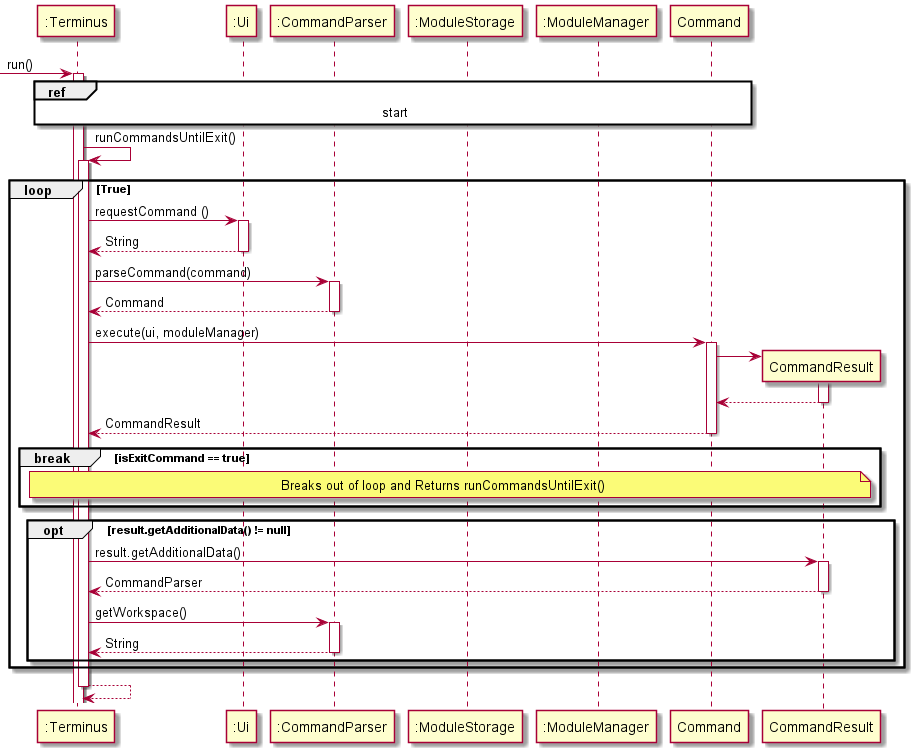
nus-cs2113-AY2122S1/tp keeps this PlantUML diagram as docs/attachments/MainLogic.png. Above is the earlier version. Its diagram source:
```plantuml
@startuml
participant ":Terminus" as Terminus
participant ":Ui" as Ui
participant ":CommandParser" as CommandParser
participant ":ModuleStorage" as ModuleStorage
participant ":ModuleManager" as ModuleManager

autoactivate on

-> Terminus: run()
  ref over Terminus, Command: start
  Terminus -> Terminus : runCommandsUntilExit()
    loop True
      Terminus -> Ui : requestCommand ()
      return String
      Terminus -> CommandParser: parseCommand(command)
      return Command
      Terminus -> Command : execute(ui, moduleManager)
        create CommandResult
        Command -> CommandResult
        return
     return CommandResult
      break isExitCommand == true
      note over Terminus, CommandResult : Breaks out of loop and Returns runCommandsUntilExit()
      end
     opt result.getAdditionalData() != null
      Terminus -> CommandResult: result.getAdditionalData()
      return CommandParser
      Terminus -> CommandParser: getWorkspace()
      return String
     end
    end
  return

@enduml
```
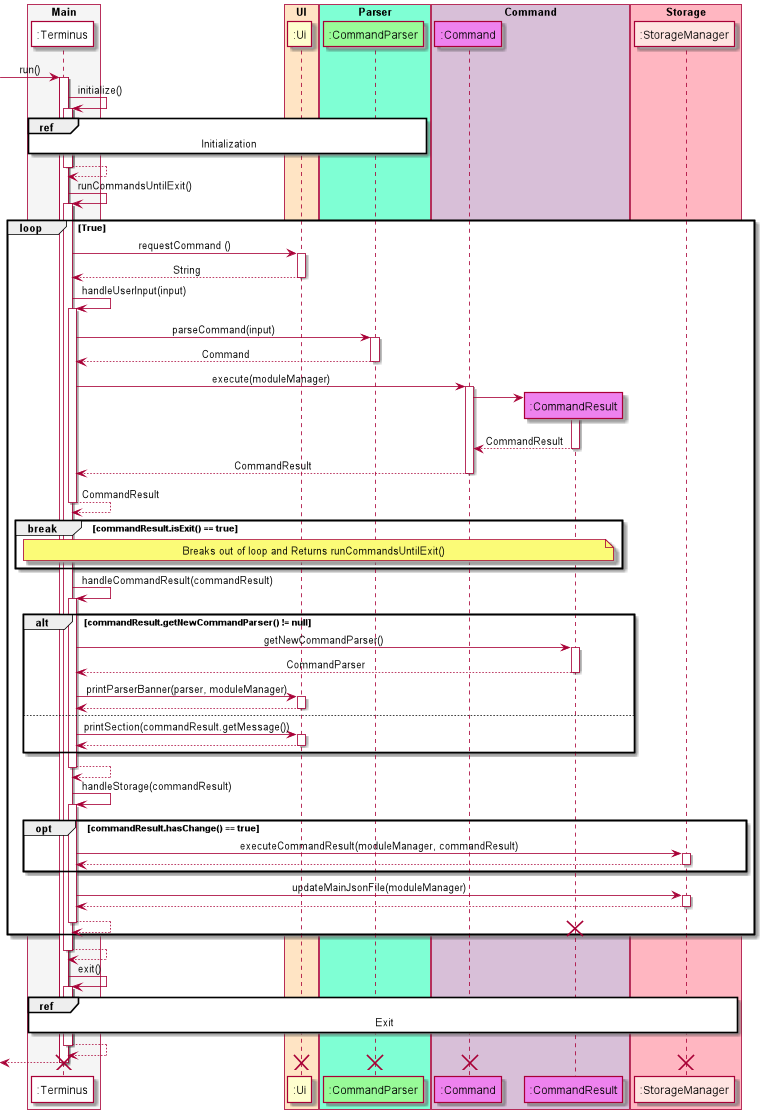
Above is the later version.

The edit, as a diff of the source:
```diff
@@ -1,35 +1,72 @@
 @startuml
-participant ":Terminus" as Terminus
+box "Main" #whitesmoke
+participant ":Terminus" as Terminus #white
+endbox
+box "UI" #bisque
 participant ":Ui" as Ui
-participant ":CommandParser" as CommandParser
-participant ":ModuleStorage" as ModuleStorage
-participant ":ModuleManager" as ModuleManager
-
+endbox
+box "Parser" #aquamarine
+participant ":CommandParser" as CommandParser #palegreen
+endbox
+box "Command" #thistle
+participant ":Command" as Command #violet
+participant ":CommandResult" as CommandResult #violet
+endbox
+box "Storage" #lightpink
+participant ":StorageManager" as StorageManager #mistyrose
+endbox
+skinparam sequenceMessageAlign center
 autoactivate on
 
 -> Terminus: run()
-  ref over Terminus, Command: start
+Terminus -> Terminus: initialize()
+ref over Terminus,CommandParser: Initialization
+return
   Terminus -> Terminus : runCommandsUntilExit()
     loop True
       Terminus -> Ui : requestCommand ()
       return String
-      Terminus -> CommandParser: parseCommand(command)
-      return Command
-      Terminus -> Command : execute(ui, moduleManager)
+      Terminus -> Terminus: handleUserInput(input)
+        Terminus -> CommandParser: parseCommand(input)
+        return Command
+        Terminus -> Command : execute(moduleManager)
         create CommandResult
         Command -> CommandResult
+        return CommandResult
+     return CommandResult
+   return CommandResult
+      break commandResult.isExit() == true
+        note over Terminus, CommandResult : Breaks out of loop and Returns runCommandsUntilExit()
+      end
+      Terminus -> Terminus: handleCommandResult(commandResult)
+        alt commandResult.getNewCommandParser() != null
+          Terminus -> CommandResult: getNewCommandParser()
+          return CommandParser
+          Terminus -> Ui:printParserBanner(parser, moduleManager)
+          return
+        else
+          Terminus -> Ui:printSection(commandResult.getMessage())
+          return
+        end
+      return
+      Terminus -> Terminus: handleStorage(commandResult)
+        opt commandResult.hasChange() == true
+          Terminus -> StorageManager: executeCommandResult(moduleManager, commandResult)
+          return
+        end
+        Terminus -> StorageManager: updateMainJsonFile(moduleManager)
         return
-     return CommandResult
-      break isExitCommand == true
-      note over Terminus, CommandResult : Breaks out of loop and Returns runCommandsUntilExit()
-      end
-     opt result.getAdditionalData() != null
-      Terminus -> CommandResult: result.getAdditionalData()
-      return CommandParser
-      Terminus -> CommandParser: getWorkspace()
-      return String
-     end
+      return
+      destroy CommandResult
     end
-  return
-
+    return
+        Terminus -> Terminus :exit()
+        ref over Terminus,StorageManager: Exit
+        return
+    return
+destroy Terminus
+destroy Ui
+destroy CommandParser
+destroy Command
+destroy StorageManager
 @enduml
```
